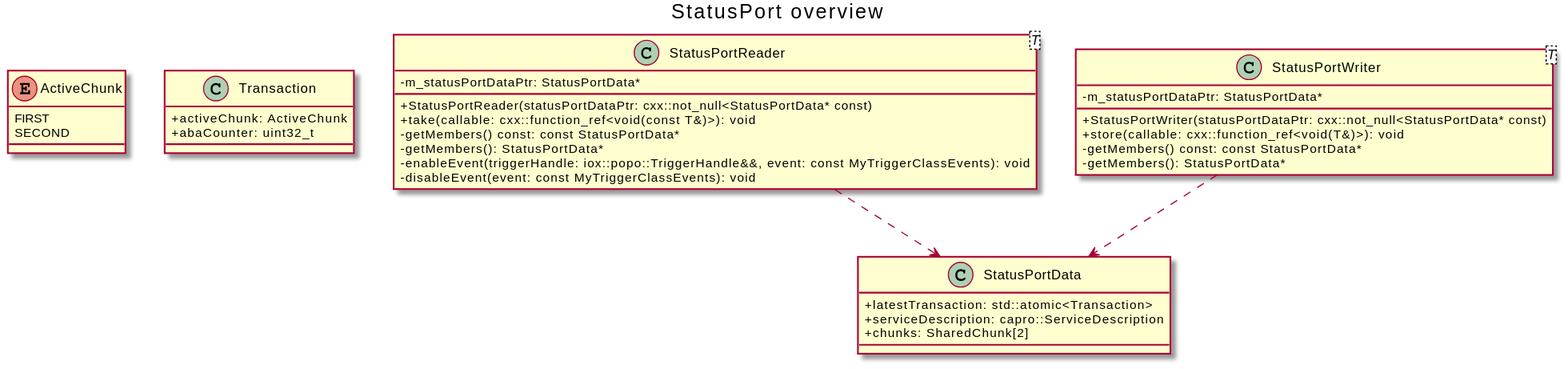
Before: doc/design/diagrams/status-port/status-port-overview.svg, a diagram exported from PlantUML (eclipse-iceoryx/iceoryx).
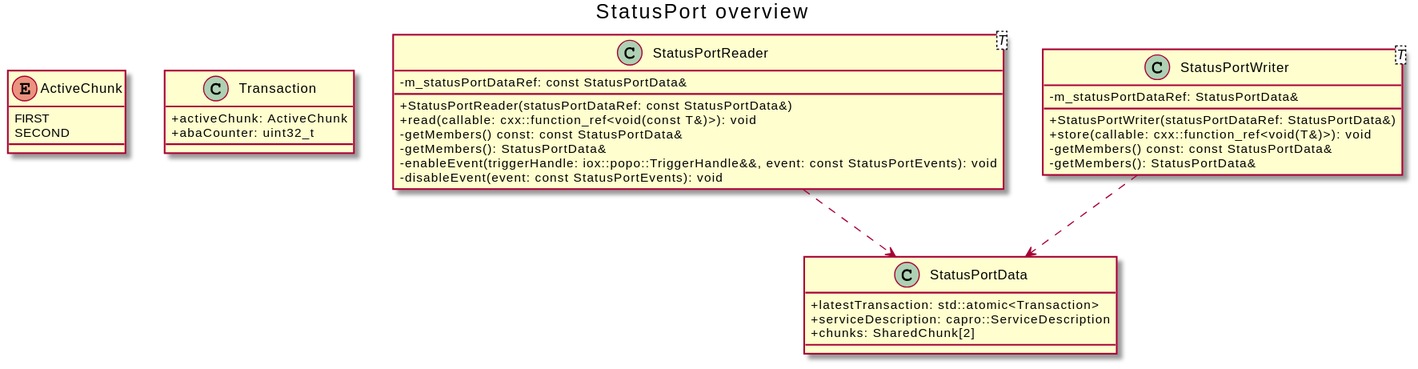
Later version of the same file.

The edit, as a diff of the source:
```diff
@@ -20,22 +20,22 @@
 }
 
 class StatusPortReader<T> {
-  +StatusPortReader(statusPortDataPtr: cxx::not_null<StatusPortData* const)
-  +take(callable: cxx::function_ref<void(const T&)>): void
-  -getMembers() const: const StatusPortData*
-  -getMembers(): StatusPortData*
-  -enableEvent(triggerHandle: iox::popo::TriggerHandle&&, event: const MyTriggerClassEvents): void
-  -disableEvent(event: const MyTriggerClassEvents): void
-  -m_statusPortDataPtr: StatusPortData*
+  +StatusPortReader(statusPortDataRef: const StatusPortData&)
+  +read(callable: cxx::function_ref<void(const T&)>): void
+  -getMembers() const: const StatusPortData&
+  -getMembers(): StatusPortData&
+  -enableEvent(triggerHandle: iox::popo::TriggerHandle&&, event: const StatusPortEvents): void
+  -disableEvent(event: const StatusPortEvents): void
+  -m_statusPortDataRef: const StatusPortData&
 }
 
 
 class StatusPortWriter<T> {
-  +StatusPortWriter(statusPortDataPtr: cxx::not_null<StatusPortData* const)
+  +StatusPortWriter(statusPortDataRef: StatusPortData&)
   +store(callable: cxx::function_ref<void(T&)>): void
-  -getMembers() const: const StatusPortData*
-  -getMembers(): StatusPortData*
-  -m_statusPortDataPtr: StatusPortData*
+  -getMembers() const: const StatusPortData&
+  -getMembers(): StatusPortData&
+  -m_statusPortDataRef: StatusPortData&
 }
 
 StatusPortWriter ..> StatusPortData
```
